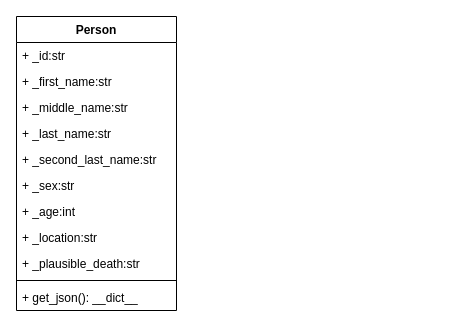
Before: Docs/class-diagram.drawio in felipedelosh/API-LifeInstructions, a draw.io diagram. Source tidied: cells renumbered, new cells numbered last; positions are measured from the earlier drawing's top-left corner, leaving out a move shared by most shapes. Both pictures are drawn from the tidied source at 100%, with x=0, y=0 at pixel (16, 16).
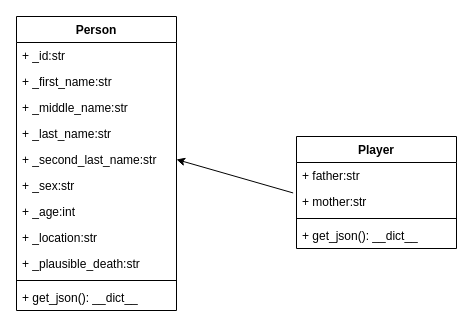
The same page after the edit.

What changed in the source:
```diff
@@
 <mxGraphModel>
   <root>
     <mxCell id="0" />
     <mxCell id="1" parent="0" />
     <mxCell id="2" value="Person" style="swimlane;fontStyle=1;align=center;verticalAlign=top;horizontal=1;startSize=26;" parent="1" vertex="1">
       <mxGeometry width="160" height="294" as="geometry" />
     </mxCell>
     <mxCell id="3" value="+ _id:str" style="text;strokeColor=none;fillColor=none;align=left;verticalAlign=top;spacingLeft=4;spacingRight=4;overflow=hidden;" parent="2" vertex="1">
       <mxGeometry y="26" width="160" height="26" as="geometry" />
     </mxCell>
     <mxCell id="4" value="+ _first_name:str" style="text;strokeColor=none;fillColor=none;align=left;verticalAlign=top;spacingLeft=4;spacingRight=4;overflow=hidden;" parent="2" vertex="1">
       <mxGeometry y="52" width="160" height="26" as="geometry" />
     </mxCell>
     <mxCell id="5" value="+ _middle_name:str" style="text;strokeColor=none;fillColor=none;align=left;verticalAlign=top;spacingLeft=4;spacingRight=4;overflow=hidden;" parent="2" vertex="1">
       <mxGeometry y="78" width="160" height="26" as="geometry" />
     </mxCell>
     <mxCell id="6" value="+ _last_name:str" style="text;strokeColor=none;fillColor=none;align=left;verticalAlign=top;spacingLeft=4;spacingRight=4;overflow=hidden;" parent="2" vertex="1">
       <mxGeometry y="104" width="160" height="26" as="geometry" />
     </mxCell>
     <mxCell id="7" value="+ _second_last_name:str" style="text;strokeColor=none;fillColor=none;align=left;verticalAlign=top;spacingLeft=4;spacingRight=4;overflow=hidden;points=[[0,0.5],[1,0.5]];portConstraint=eastwest;" parent="2" vertex="1">
       <mxGeometry y="130" width="160" height="26" as="geometry" />
     </mxCell>
     <mxCell id="8" value="+ _sex:str" style="text;strokeColor=none;fillColor=none;align=left;verticalAlign=top;spacingLeft=4;spacingRight=4;overflow=hidden;" parent="2" vertex="1">
       <mxGeometry y="156" width="160" height="26" as="geometry" />
     </mxCell>
     <mxCell id="9" value="+ _age:int" style="text;strokeColor=none;fillColor=none;align=left;verticalAlign=top;spacingLeft=4;spacingRight=4;overflow=hidden;" parent="2" vertex="1">
       <mxGeometry y="182" width="160" height="26" as="geometry" />
     </mxCell>
     <mxCell id="10" value="+ _location:str" style="text;strokeColor=none;fillColor=none;align=left;verticalAlign=top;spacingLeft=4;spacingRight=4;overflow=hidden;" parent="2" vertex="1">
       <mxGeometry y="208" width="160" height="26" as="geometry" />
     </mxCell>
     <mxCell id="11" value="+ _plausible_death:str" style="text;strokeColor=none;fillColor=none;align=left;verticalAlign=top;spacingLeft=4;spacingRight=4;overflow=hidden;" parent="2" vertex="1">
       <mxGeometry y="234" width="160" height="26" as="geometry" />
     </mxCell>
     <mxCell id="12" style="line;strokeWidth=1;fillColor=none;align=left;verticalAlign=middle;spacingTop=-1;spacingLeft=3;spacingRight=3;labelPosition=right;strokeColor=inherit;" parent="2" vertex="1">
       <mxGeometry y="260" width="160" height="8" as="geometry" />
     </mxCell>
     <mxCell id="13" value="+ get_json(): __dict__" style="text;strokeColor=none;fillColor=none;align=left;verticalAlign=top;spacingLeft=4;spacingRight=4;overflow=hidden;" parent="2" vertex="1">
       <mxGeometry y="268" width="160" height="26" as="geometry" />
     </mxCell>
+    <mxCell id="14" value="Player" style="swimlane;fontStyle=1;align=center;verticalAlign=top;horizontal=1;startSize=26;" parent="1" vertex="1">
+      <mxGeometry x="280" y="120" width="160" height="112" as="geometry" />
+    </mxCell>
+    <mxCell id="15" value="+ father:str" style="text;strokeColor=none;fillColor=none;align=left;verticalAlign=top;spacingLeft=4;spacingRight=4;overflow=hidden;" parent="14" vertex="1">
+      <mxGeometry y="26" width="160" height="26" as="geometry" />
+    </mxCell>
+    <mxCell id="16" value="+ mother:str" style="text;strokeColor=none;fillColor=none;align=left;verticalAlign=top;spacingLeft=4;spacingRight=4;overflow=hidden;points=[[0,0.5],[1,0.5]];portConstraint=eastwest;" parent="14" vertex="1">
+      <mxGeometry y="52" width="160" height="26" as="geometry" />
+    </mxCell>
+    <mxCell id="17" style="line;strokeWidth=1;fillColor=none;align=left;verticalAlign=middle;spacingTop=-1;spacingLeft=3;spacingRight=3;labelPosition=right;strokeColor=inherit;" parent="14" vertex="1">
+      <mxGeometry y="78" width="160" height="8" as="geometry" />
+    </mxCell>
+    <mxCell id="18" value="+ get_json(): __dict__" style="text;strokeColor=none;fillColor=none;align=left;verticalAlign=top;spacingLeft=4;spacingRight=4;overflow=hidden;" parent="14" vertex="1">
+      <mxGeometry y="86" width="160" height="26" as="geometry" />
+    </mxCell>
+    <mxCell id="19" style="endArrow=classic;html=1;entryX=1;entryY=0.5;entryDx=0;entryDy=0;exitX=-0.021;exitY=0.171;exitDx=0;exitDy=0;exitPerimeter=0;" parent="1" edge="1" source="16" target="7">
+      <mxGeometry relative="1" as="geometry" />
+    </mxCell>
   </root>
 </mxGraphModel>
```
